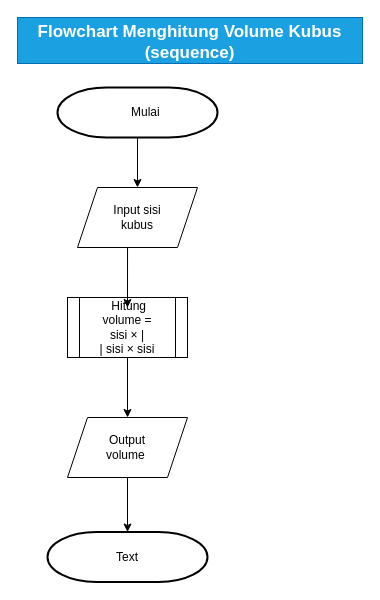
Rifaldo-dev/cpp keeps this draw.io diagram as tugas/Diagram Tanpa Judul.drawio. Above is the earlier version. Source tidied: cells renumbered, new cells numbered last; positions are measured from the earlier drawing's top-left corner, leaving out a move shared by most shapes. Both pictures are drawn from the tidied source at 100%, with x=0, y=0 at pixel (17, 17).
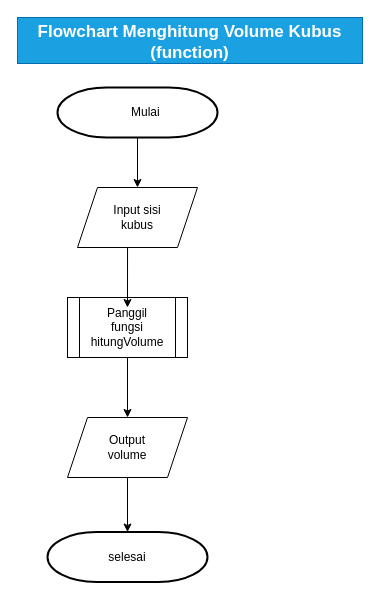
The same page after the edit.

Diff of the diagram source:
```diff
@@
 <mxGraphModel>
   <root>
     <mxCell id="0" />
     <mxCell id="1" parent="0" />
     <mxCell id="2" style="edgeStyle=orthogonalEdgeStyle;rounded=0;jettySize=auto;html=1;" parent="1" edge="1" source="3" target="4">
       <mxGeometry relative="1" as="geometry" />
     </mxCell>
     <mxCell id="3" style="strokeWidth=2;html=1;shape=mxgraph.flowchart.terminator;whiteSpace=wrap;" parent="1" vertex="1">
       <mxGeometry x="40" y="70" width="160" height="50" as="geometry" />
     </mxCell>
     <mxCell id="4" style="shape=parallelogram;perimeter=parallelogramPerimeter;whiteSpace=wrap;html=1;fixedSize=1;" parent="1" vertex="1">
       <mxGeometry x="60" y="170" width="120" height="60" as="geometry" />
     </mxCell>
     <mxCell id="5" style="edgeStyle=orthogonalEdgeStyle;rounded=0;jettySize=auto;html=1;entryX=0.5;entryY=0;entryDx=0;entryDy=0;" parent="1" edge="1" source="6" target="9">
       <mxGeometry relative="1" as="geometry" />
     </mxCell>
     <mxCell id="6" style="shape=process;whiteSpace=wrap;html=1;backgroundOutline=1;" parent="1" vertex="1">
       <mxGeometry x="50" y="280" width="120" height="60" as="geometry" />
     </mxCell>
     <mxCell id="7" style="edgeStyle=orthogonalEdgeStyle;rounded=0;jettySize=auto;html=1;entryX=0.5;entryY=0.167;entryDx=0;entryDy=0;entryPerimeter=0;exitX=0.417;exitY=1;exitDx=0;exitDy=0;exitPerimeter=0;" parent="1" edge="1" source="4" target="6">
       <mxGeometry relative="1" as="geometry" />
     </mxCell>
     <mxCell id="8" style="edgeStyle=orthogonalEdgeStyle;rounded=0;jettySize=auto;html=1;" parent="1" edge="1" source="9" target="10">
       <mxGeometry relative="1" as="geometry" />
     </mxCell>
     <mxCell id="9" style="shape=parallelogram;perimeter=parallelogramPerimeter;whiteSpace=wrap;html=1;fixedSize=1;" parent="1" vertex="1">
       <mxGeometry x="50" y="400" width="120" height="60" as="geometry" />
     </mxCell>
     <mxCell id="10" style="strokeWidth=2;html=1;shape=mxgraph.flowchart.terminator;whiteSpace=wrap;" parent="1" vertex="1">
       <mxGeometry x="30" y="514.5" width="160" height="50" as="geometry" />
     </mxCell>
     <mxCell id="11" value="Mulai&amp;nbsp;" style="text;html=1;align=center;verticalAlign=middle;whiteSpace=wrap;rounded=0;" parent="1" vertex="1">
       <mxGeometry x="100" y="80" width="60" height="30" as="geometry" />
     </mxCell>
-    <mxCell id="12" value="Flowchart Menghitung Volume Kubus (sequence)" style="text;html=1;align=center;verticalAlign=middle;whiteSpace=wrap;rounded=0;labelBackgroundColor=none;labelBorderColor=none;fontStyle=1;spacingTop=4;fontSize=17;fillColor=#1ba1e2;strokeColor=#006EAF;fontColor=#ffffff;" parent="1" vertex="1">
+    <mxCell id="12" value="Flowchart Menghitung Volume Kubus (function)" style="text;html=1;align=center;verticalAlign=middle;whiteSpace=wrap;rounded=0;labelBackgroundColor=none;labelBorderColor=none;fontStyle=1;spacingTop=4;fontSize=17;fillColor=#1ba1e2;strokeColor=#006EAF;fontColor=#ffffff;" parent="1" vertex="1">
       <mxGeometry width="345" height="46" as="geometry" />
     </mxCell>
     <mxCell id="13" value="Input sisi kubus" style="text;html=1;align=center;verticalAlign=middle;whiteSpace=wrap;rounded=0;" parent="1" vertex="1">
       <mxGeometry x="90" y="185" width="60" height="30" as="geometry" />
     </mxCell>
-    <mxCell id="14" value="&amp;nbsp;Hitung volume = sisi ×    |&lt;br/&gt;|         sisi × sisi" style="text;html=1;align=center;verticalAlign=middle;whiteSpace=wrap;rounded=0;" parent="1" vertex="1">
+    <mxCell id="14" value="Panggil fungsi hitungVolume" style="text;html=1;align=center;verticalAlign=middle;whiteSpace=wrap;rounded=0;" parent="1" vertex="1">
       <mxGeometry x="80" y="295" width="60" height="30" as="geometry" />
     </mxCell>
-    <mxCell id="15" value="Output volume&amp;nbsp;" style="text;html=1;align=center;verticalAlign=middle;whiteSpace=wrap;rounded=0;" parent="1" vertex="1">
+    <mxCell id="15" value="Output volume   " style="text;html=1;align=center;verticalAlign=middle;whiteSpace=wrap;rounded=0;" parent="1" vertex="1">
       <mxGeometry x="80" y="415" width="60" height="30" as="geometry" />
     </mxCell>
-    <mxCell id="16" value="Text" style="text;html=1;align=center;verticalAlign=middle;whiteSpace=wrap;rounded=0;" parent="1" vertex="1">
+    <mxCell id="16" value="selesai" style="text;html=1;align=center;verticalAlign=middle;whiteSpace=wrap;rounded=0;" parent="1" vertex="1">
       <mxGeometry x="80" y="524.5" width="60" height="30" as="geometry" />
     </mxCell>
   </root>
 </mxGraphModel>
```
